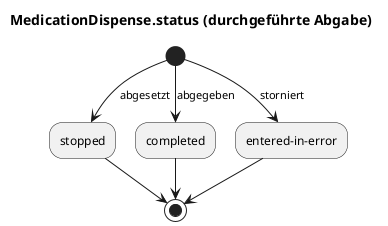
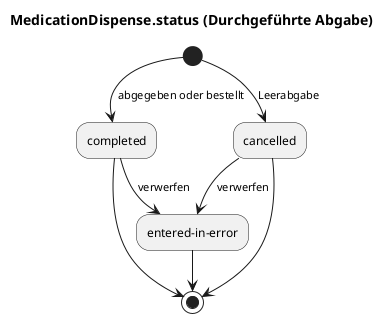
@startuml
- title MedicationDispense.status (durchgeführte Abgabe)
+ title MedicationDispense.status (Durchgeführte Abgabe)

- (*) --> [abgesetzt] stopped
- (*) --> [abgegeben] completed
- (*) --> [storniert] "entered-in-error"
- stopped --> (*)
+ (*) --> [abgegeben oder bestellt] completed
+ (*) --> [Leerabgabe] cancelled
+ cancelled --> [verwerfen] "entered-in-error"
+ completed --> [verwerfen] "entered-in-error"
+ cancelled --> (*)
completed --> (*)
"entered-in-error" --> (*)
- @enduml
- 
+ @enduml